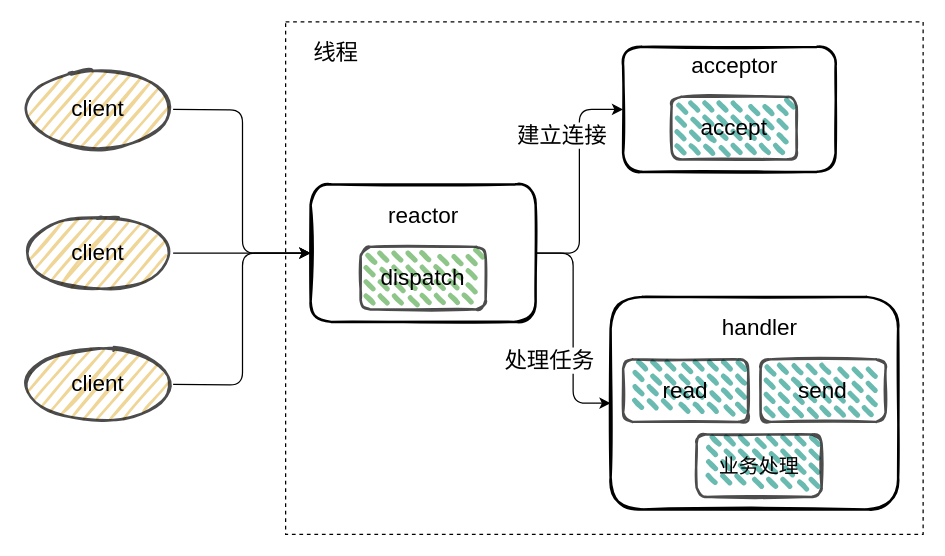
boilingfrog/Go-POINT keeps this draw.io diagram as page "reactor-1" (5 of 29) of redis/redis.drawio. Above is the earlier version. Source tidied: cells renumbered, new cells numbered last; positions are measured from the earlier drawing's top-left corner, leaving out a move shared by most shapes. Both pictures are drawn from the tidied source at 125%, with x=0, y=0 at pixel (22, 21).
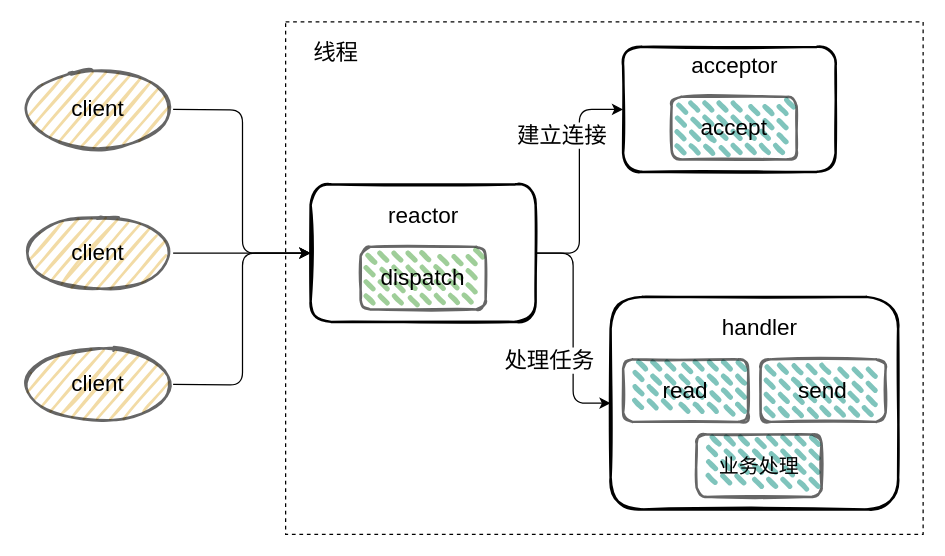
After the change.

Diff of the diagram source:
```diff
@@
-    <mxCell id="10" value="&lt;font style=&quot;font-size: 18px&quot;&gt;client&lt;/font&gt;" style="ellipse;whiteSpace=wrap;html=1;strokeWidth=2;fillWeight=2;hachureGap=8;fillColor=#E9C46A;fillStyle=dots;sketch=1;fontSize=16;opacity=70;" parent="1" vertex="1">
+    <mxCell id="10" value="&lt;font style=&quot;font-size: 18px&quot;&gt;client&lt;/font&gt;" style="ellipse;whiteSpace=wrap;html=1;strokeWidth=2;fillWeight=2;hachureGap=8;fillColor=#E9C46A;fillStyle=dots;sketch=1;fontSize=16;opacity=60;" parent="1" vertex="1">
       <mxGeometry y="40" width="120" height="60" as="geometry" />
     </mxCell>
@@
-    <mxCell id="12" value="&lt;font style=&quot;font-size: 18px&quot;&gt;client&lt;/font&gt;" style="ellipse;whiteSpace=wrap;html=1;strokeWidth=2;fillWeight=2;hachureGap=8;fillColor=#E9C46A;fillStyle=dots;sketch=1;fontSize=16;opacity=70;" parent="1" vertex="1">
+    <mxCell id="12" value="&lt;font style=&quot;font-size: 18px&quot;&gt;client&lt;/font&gt;" style="ellipse;whiteSpace=wrap;html=1;strokeWidth=2;fillWeight=2;hachureGap=8;fillColor=#E9C46A;fillStyle=dots;sketch=1;fontSize=16;opacity=60;" parent="1" vertex="1">
       <mxGeometry y="155" width="120" height="60" as="geometry" />
     </mxCell>
-    <mxCell id="13" value="&lt;font style=&quot;font-size: 18px&quot;&gt;client&lt;/font&gt;" style="ellipse;whiteSpace=wrap;html=1;strokeWidth=2;fillWeight=2;hachureGap=8;fillColor=#E9C46A;fillStyle=dots;sketch=1;fontSize=16;opacity=70;" parent="1" vertex="1">
+    <mxCell id="13" value="&lt;font style=&quot;font-size: 18px&quot;&gt;client&lt;/font&gt;" style="ellipse;whiteSpace=wrap;html=1;strokeWidth=2;fillWeight=2;hachureGap=8;fillColor=#E9C46A;fillStyle=dots;sketch=1;fontSize=16;opacity=60;" parent="1" vertex="1">
       <mxGeometry y="260" width="120" height="60" as="geometry" />
     </mxCell>
-    <mxCell id="14" value="&lt;font style=&quot;font-size: 18px&quot;&gt;dispatch&lt;/font&gt;" style="rounded=1;whiteSpace=wrap;html=1;fontSize=16;fillColor=#5FAD56;strokeWidth=2;fillWeight=4;hachureGap=8;fillStyle=dashed;sketch=1;hachureAngle=45;opacity=70;" parent="1" vertex="1">
+    <mxCell id="14" value="&lt;font style=&quot;font-size: 18px&quot;&gt;dispatch&lt;/font&gt;" style="rounded=1;whiteSpace=wrap;html=1;fontSize=16;fillColor=#5FAD56;strokeWidth=2;fillWeight=4;hachureGap=8;fillStyle=dashed;sketch=1;hachureAngle=45;opacity=60;" parent="1" vertex="1">
       <mxGeometry x="270" y="180" width="100" height="50" as="geometry" />
     </mxCell>
@@
-    <mxCell id="18" value="&lt;font style=&quot;font-size: 18px&quot;&gt;accept&lt;/font&gt;" style="rounded=1;whiteSpace=wrap;html=1;fontSize=16;fillColor=#2A9D8F;strokeWidth=2;fillWeight=4;hachureGap=8;fillStyle=dashed;sketch=1;hachureAngle=45;opacity=70;" parent="1" vertex="1">
+    <mxCell id="18" value="&lt;font style=&quot;font-size: 18px&quot;&gt;accept&lt;/font&gt;" style="rounded=1;whiteSpace=wrap;html=1;fontSize=16;fillColor=#2A9D8F;strokeWidth=2;fillWeight=4;hachureGap=8;fillStyle=dashed;sketch=1;hachureAngle=45;opacity=60;" parent="1" vertex="1">
       <mxGeometry x="518.8" y="60" width="100" height="50" as="geometry" />
     </mxCell>
@@
-    <mxCell id="21" value="&lt;font style=&quot;font-size: 18px&quot;&gt;read&lt;/font&gt;" style="rounded=1;whiteSpace=wrap;html=1;fontSize=16;fillColor=#2A9D8F;strokeWidth=2;fillWeight=4;hachureGap=8;fillStyle=dashed;sketch=1;hachureAngle=45;opacity=70;" parent="1" vertex="1">
+    <mxCell id="21" value="&lt;font style=&quot;font-size: 18px&quot;&gt;read&lt;/font&gt;" style="rounded=1;whiteSpace=wrap;html=1;fontSize=16;fillColor=#2A9D8F;strokeWidth=2;fillWeight=4;hachureGap=8;fillStyle=dashed;sketch=1;hachureAngle=45;opacity=60;" parent="1" vertex="1">
       <mxGeometry x="480" y="270" width="100" height="50" as="geometry" />
     </mxCell>
-    <mxCell id="22" value="业务处理" style="rounded=1;whiteSpace=wrap;html=1;fontSize=16;fillColor=#2A9D8F;strokeWidth=2;fillWeight=4;hachureGap=8;fillStyle=dashed;sketch=1;hachureAngle=45;opacity=70;" parent="1" vertex="1">
+    <mxCell id="22" value="业务处理" style="rounded=1;whiteSpace=wrap;html=1;fontSize=16;fillColor=#2A9D8F;strokeWidth=2;fillWeight=4;hachureGap=8;fillStyle=dashed;sketch=1;hachureAngle=45;opacity=60;" parent="1" vertex="1">
       <mxGeometry x="538.8" y="330" width="100" height="50" as="geometry" />
     </mxCell>
-    <mxCell id="23" value="&lt;font style=&quot;font-size: 18px&quot;&gt;send&lt;/font&gt;" style="rounded=1;whiteSpace=wrap;html=1;fontSize=16;fillColor=#2A9D8F;strokeWidth=2;fillWeight=4;hachureGap=8;fillStyle=dashed;sketch=1;hachureAngle=45;opacity=70;" parent="1" vertex="1">
+    <mxCell id="23" value="&lt;font style=&quot;font-size: 18px&quot;&gt;send&lt;/font&gt;" style="rounded=1;whiteSpace=wrap;html=1;fontSize=16;fillColor=#2A9D8F;strokeWidth=2;fillWeight=4;hachureGap=8;fillStyle=dashed;sketch=1;hachureAngle=45;opacity=60;" parent="1" vertex="1">
       <mxGeometry x="590" y="270" width="100" height="50" as="geometry" />
     </mxCell>
```
